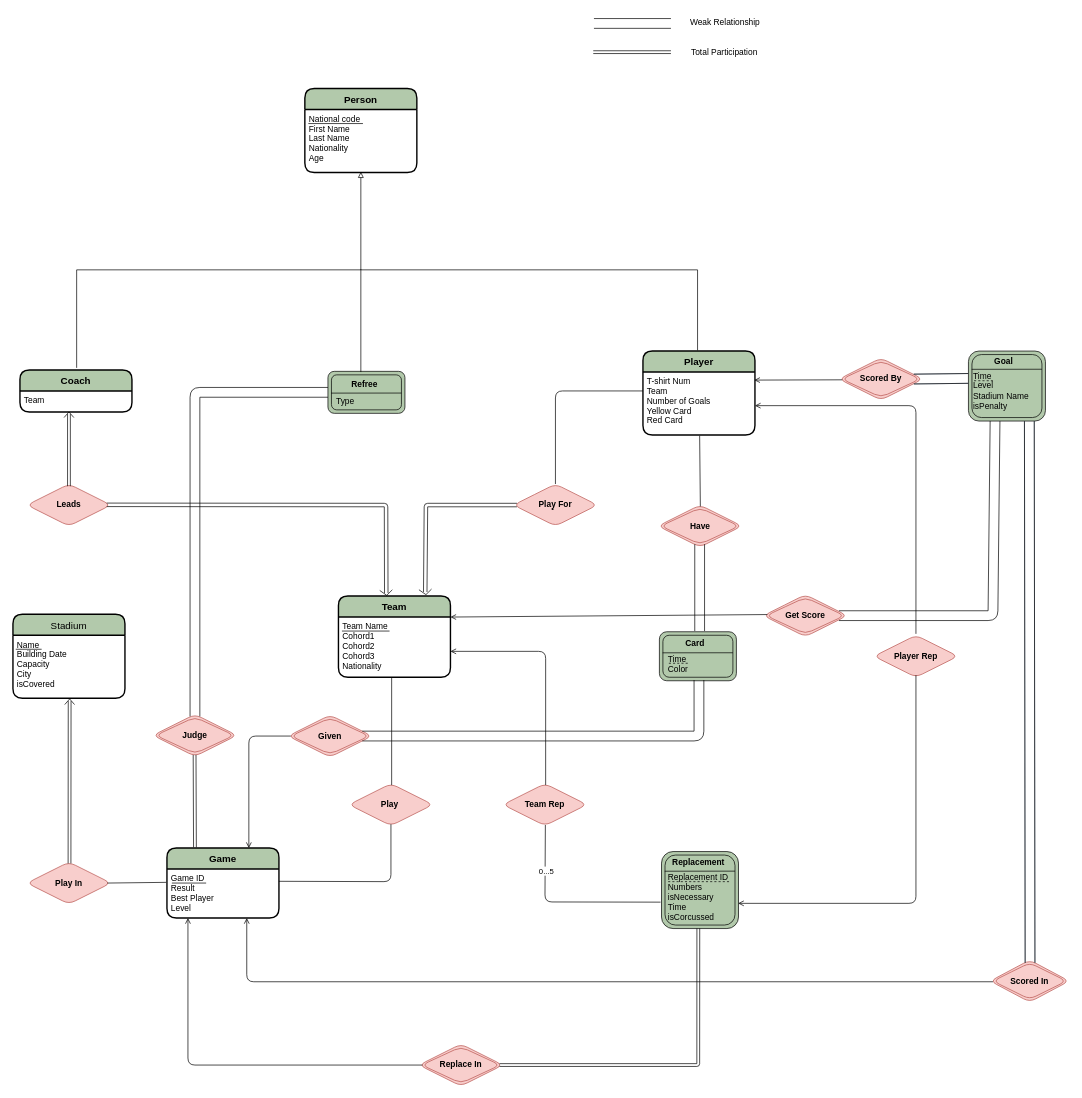
This is ER diagram.drawio from Fateme-Aghababaei/Database-Project, a draw.io file, before an edit. Source tidied: cells renumbered, new cells numbered last; positions are measured from the earlier drawing's top-left corner, leaving out a move shared by most shapes. Both pictures are drawn from the tidied source at 70%, with x=0, y=0 at pixel (13, 12).
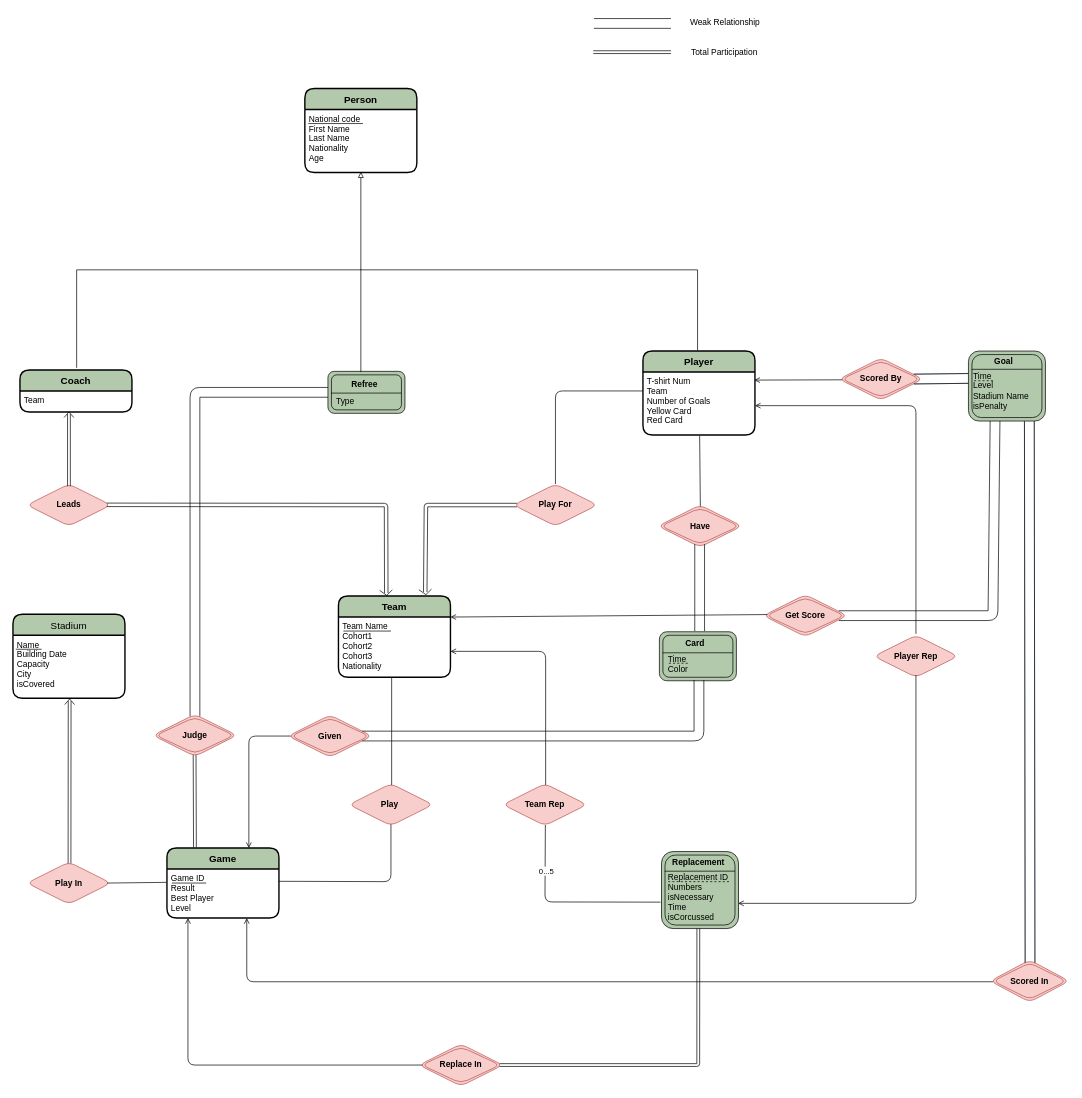
After the change.

Commit message (it also covers changes not shown here):
Correcting ERD

Unchanged cells that the change refers to:
```xml
<mxCell id="25" value="Team" style="swimlane;horizontal=1;startSize=30;rounded=1;fontSize=14;fontStyle=1;strokeWidth=2;shadow=0;dashed=0;align=center;gradientDirection=west;fillColor=#B2C9AB;strokeColor=#000000;fontColor=#000000;swimlaneFillColor=default;" parent="1" vertex="1">
  <mxGeometry x="465" y="834" width="160" height="116" as="geometry" />
</mxCell>
```

What changed in the source:
```diff
@@
-    <mxCell id="26" value="Team Name&#10;Cohord1&#10;Cohord2&#10;Cohord3&#10;Nationality" style="align=left;strokeColor=none;fillColor=none;spacingLeft=4;fontSize=12;verticalAlign=top;rounded=1;fontColor=#000000;" parent="25" vertex="1">
+    <mxCell id="26" value="Team Name&#10;Cohort1&#10;Cohort2&#10;Cohort3&#10;Nationality" style="align=left;strokeColor=none;fillColor=none;spacingLeft=4;fontSize=12;verticalAlign=top;rounded=1;fontColor=#000000;" parent="25" vertex="1">
       <mxGeometry y="30" width="160" height="86" as="geometry" />
     </mxCell>
@@
     <mxCell id="82" style="endArrow=none;html=1;rounded=1;sketch=0;startSize=3;endSize=4;strokeColor=#000000;fontColor=#000000;" parent="1" edge="1">
       <mxGeometry relative="1" as="geometry">
-        <mxPoint x="470" y="884" as="sourcePoint" />
-        <mxPoint x="538" y="884" as="targetPoint" />
+        <mxPoint x="472" y="884" as="sourcePoint" />
+        <mxPoint x="540" y="884" as="targetPoint" />
       </mxGeometry>
     </mxCell>
```
